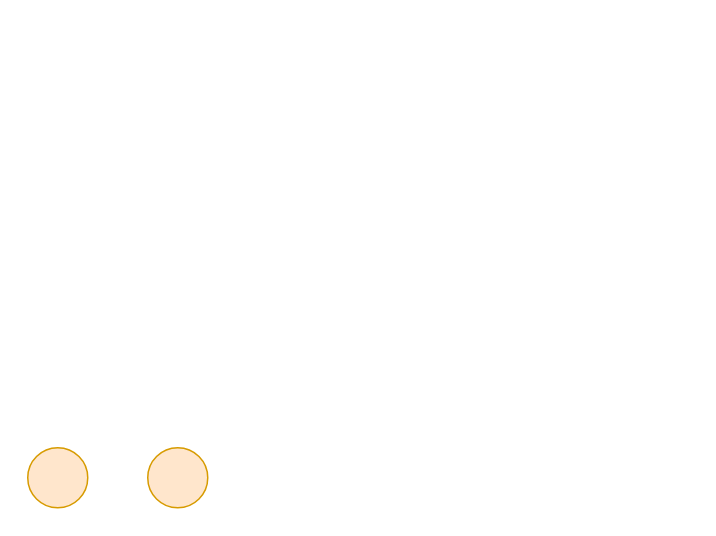
Before: Untitled Diagram.drawio in Anch9999/web-playground, a draw.io diagram. Source tidied: cells renumbered, new cells numbered last; positions are measured from the earlier drawing's top-left corner, leaving out a move shared by most shapes. Both pictures are drawn from the tidied source at 150%, with x=0, y=0 at pixel (27, 447).
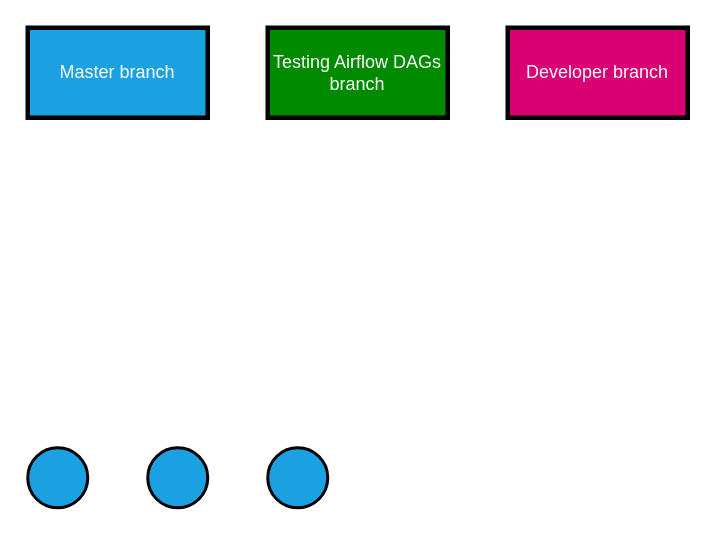
The same page after the edit.

What changed in the source:
```diff
@@
 <mxGraphModel>
   <root>
     <mxCell id="0" />
     <mxCell id="1" parent="0" />
-    <mxCell id="2" style="ellipse;whiteSpace=wrap;html=1;fillColor=#ffe6cc;strokeColor=#d79b00;" parent="1" vertex="1">
+    <mxCell id="2" style="ellipse;whiteSpace=wrap;html=1;fillColor=#1ba1e2;strokeColor=#000000;fontColor=#ffffff;strokeWidth=2;" parent="1" vertex="1">
       <mxGeometry width="40" height="40" as="geometry" />
     </mxCell>
-    <mxCell id="3" style="ellipse;whiteSpace=wrap;html=1;fillColor=#ffe6cc;strokeColor=#d79b00;" parent="1" vertex="1">
-      <mxGeometry x="80" width="40" height="40" as="geometry" />
-    </mxCell>
+    <mxCell id="4" value="Master branch" style="rounded=0;whiteSpace=wrap;html=1;fillColor=#1ba1e2;strokeColor=#000000;fontColor=#ffffff;strokeWidth=3;" parent="1" vertex="1">
+      <mxGeometry y="-280" width="120" height="60" as="geometry" />
+    </mxCell>
+    <mxCell id="5" value="Testing Airflow DAGs branch" style="rounded=0;whiteSpace=wrap;html=1;fillColor=#008a00;strokeColor=#000000;fontColor=#ffffff;strokeWidth=3;" parent="1" vertex="1">
+      <mxGeometry x="160" y="-280" width="120" height="60" as="geometry" />
+    </mxCell>
+    <mxCell id="6" value="Developer branch" style="rounded=0;whiteSpace=wrap;html=1;fillColor=#d80073;strokeColor=#000000;fontColor=#ffffff;strokeWidth=3;" parent="1" vertex="1">
+      <mxGeometry x="320" y="-280" width="120" height="60" as="geometry" />
+    </mxCell>
+    <mxCell id="7" style="ellipse;whiteSpace=wrap;html=1;fillColor=#1ba1e2;strokeColor=#000000;fontColor=#ffffff;strokeWidth=2;" parent="1" vertex="1">
+      <mxGeometry x="80" width="40" height="40" as="geometry" />
+    </mxCell>
+    <mxCell id="8" style="ellipse;whiteSpace=wrap;html=1;fillColor=#1ba1e2;strokeColor=#000000;fontColor=#ffffff;strokeWidth=2;" parent="1" vertex="1">
+      <mxGeometry x="160" width="40" height="40" as="geometry" />
+    </mxCell>
   </root>
 </mxGraphModel>
```
